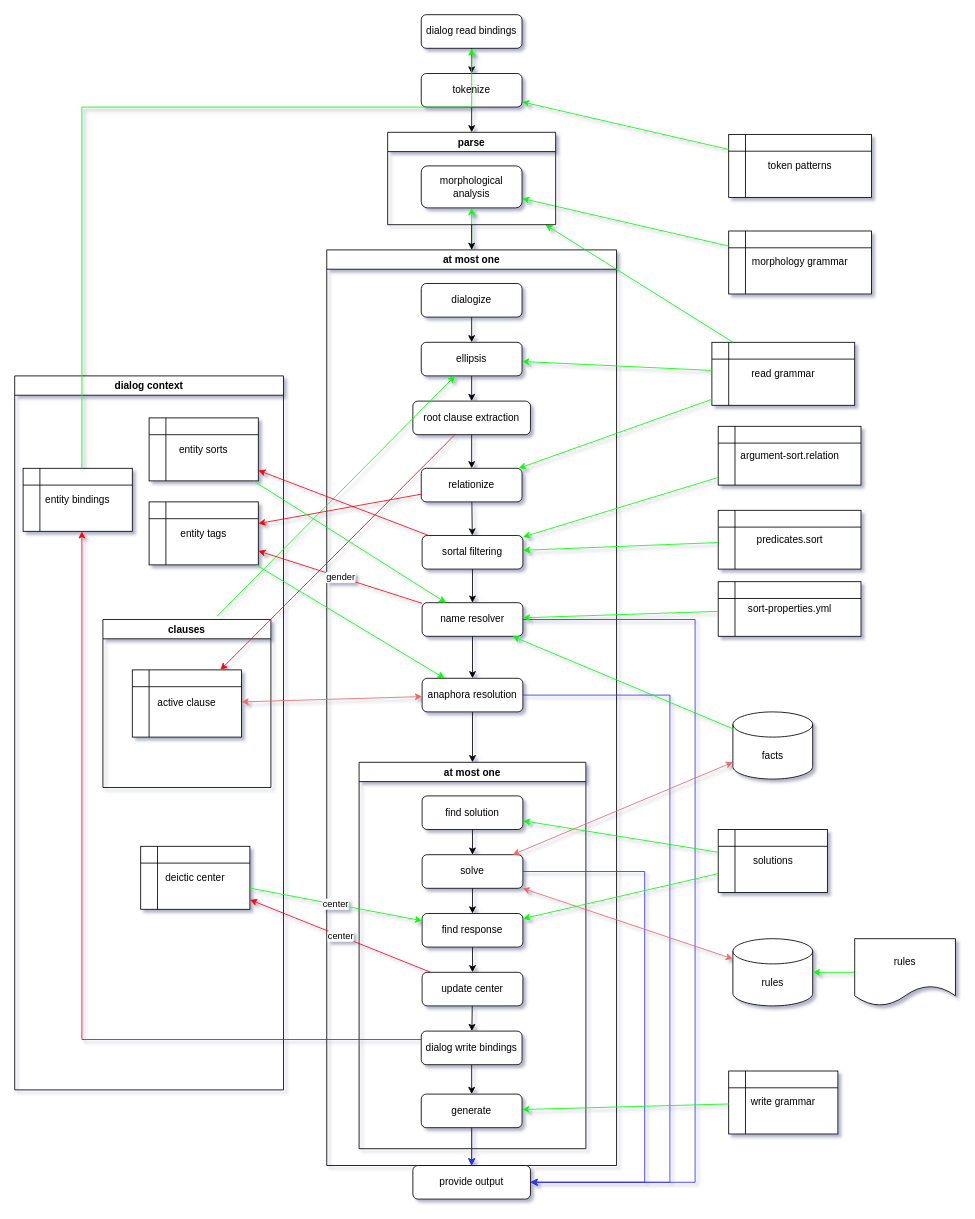
The draw.io diagram doc/diagram/system1.drawio in garfix/nli-go, before the edit. Source tidied: cells renumbered, new cells numbered last; positions are measured from the earlier drawing's top-left corner, leaving out a move shared by most shapes. Both pictures are drawn from the tidied source at 84%, with x=0, y=0 at pixel (14, 14).
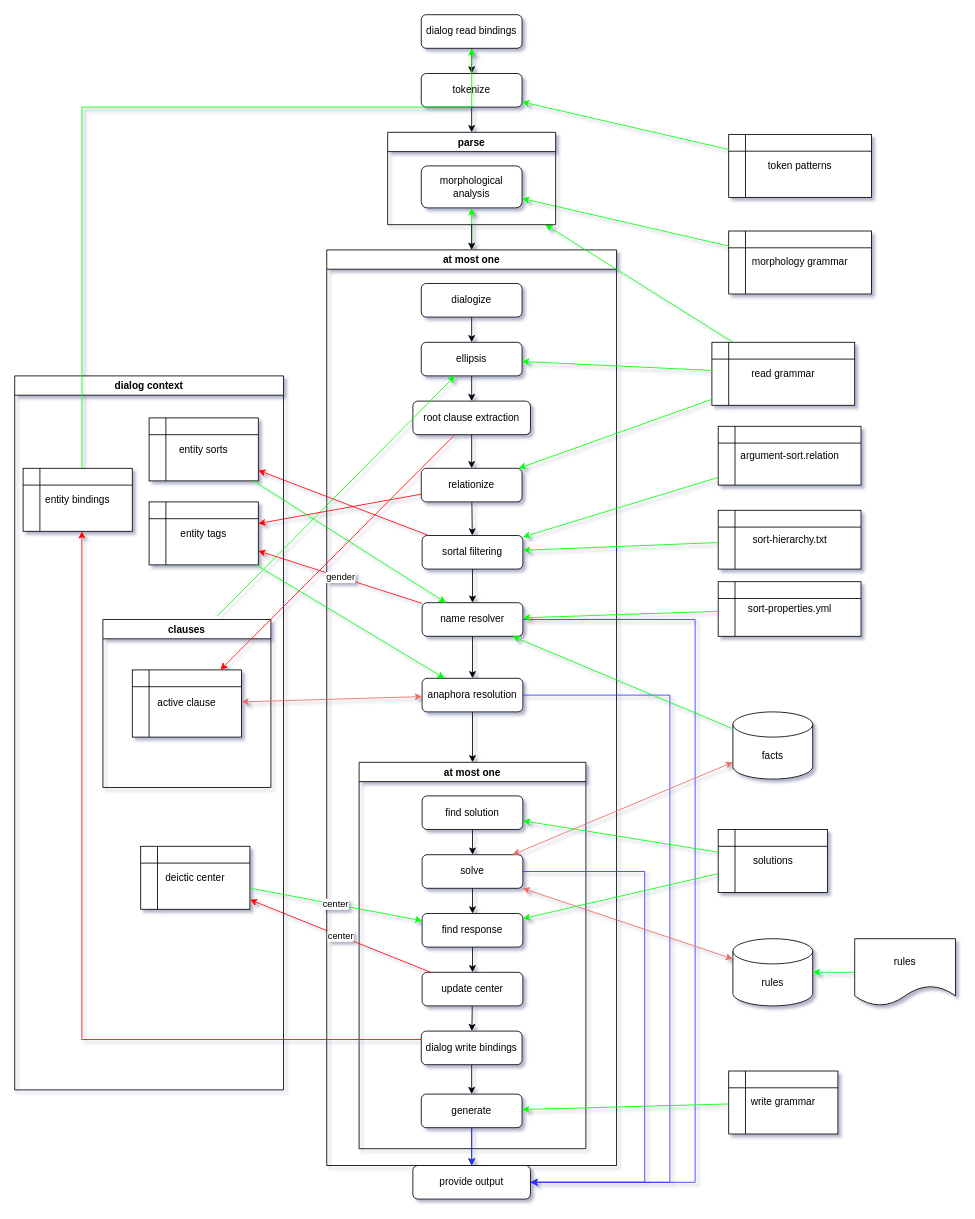
After the change.

Change to the diagram source:
```diff
@@
-    <mxCell id="79" value="predicates.sort" style="shape=internalStorage;whiteSpace=wrap;html=1;backgroundOutline=1;" parent="1" vertex="1">
+    <mxCell id="79" value="sort-hierarchy.txt" style="shape=internalStorage;whiteSpace=wrap;html=1;backgroundOutline=1;" parent="1" vertex="1">
       <mxGeometry x="837.5" y="590" width="170" height="70" as="geometry" />
     </mxCell>
```
